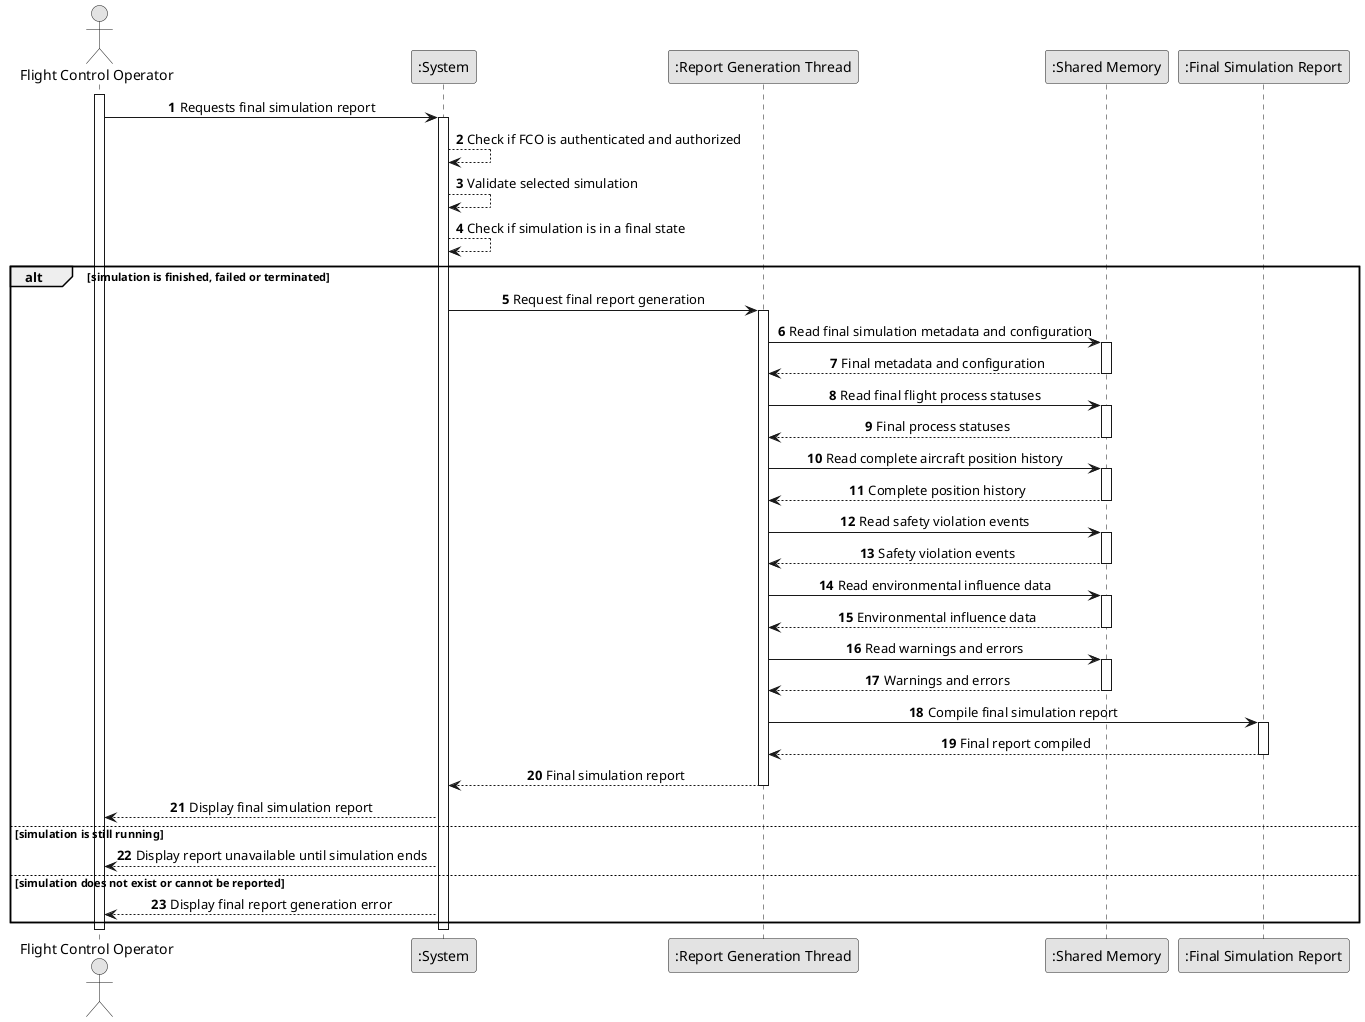
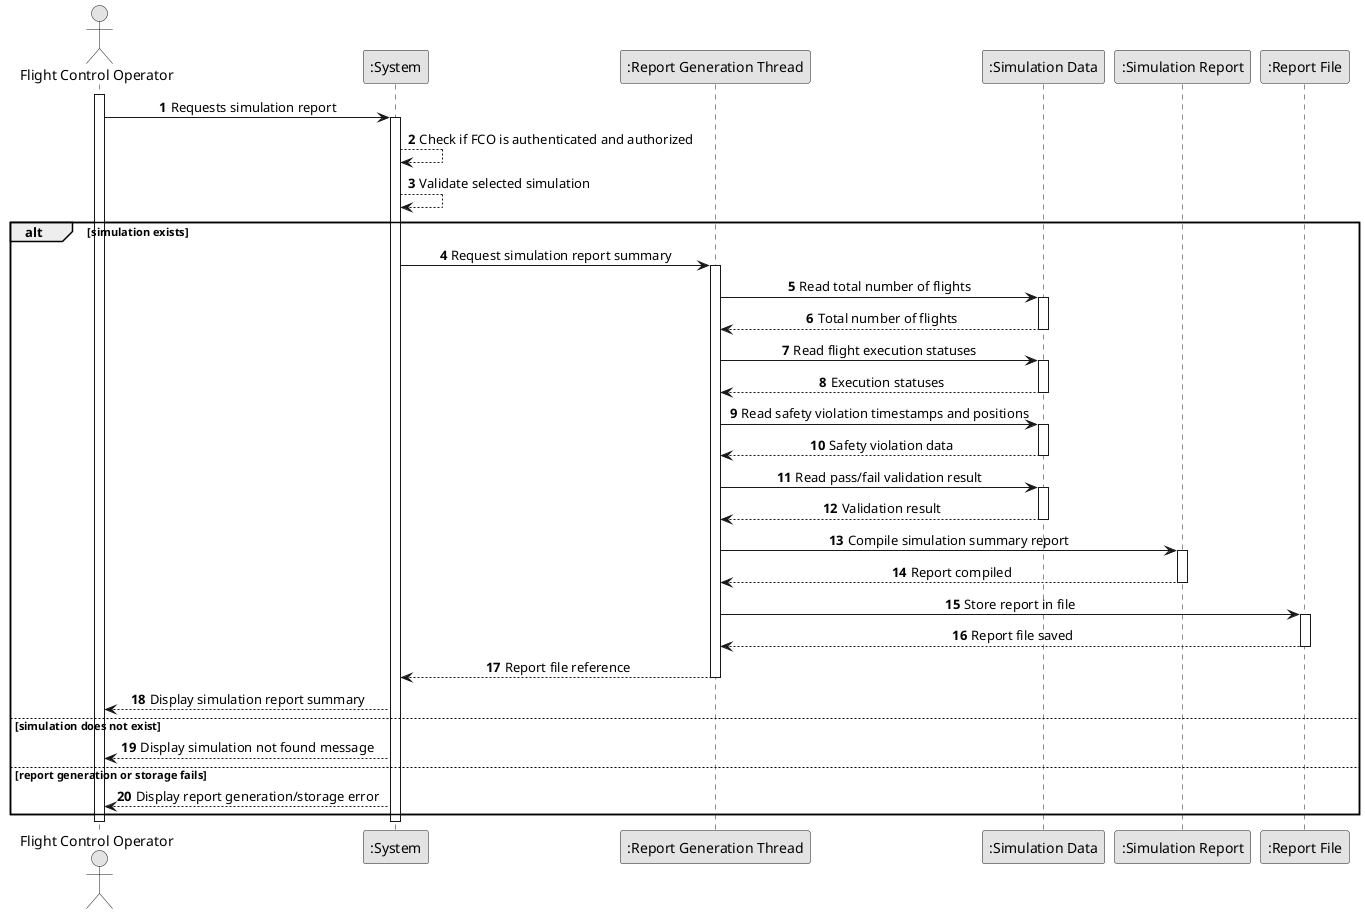
@startuml
skinparam monochrome true
skinparam packageStyle rectangle
skinparam shadowing false
skinparam sequenceMessageAlign center
autonumber

actor "Flight Control Operator" as FCO
participant ":System" as System
participant ":Report Generation Thread" as ReportThread
- participant ":Shared Memory" as SharedMemory
- participant ":Final Simulation Report" as FinalReport
+ participant ":Simulation Data" as SimulationData
+ participant ":Simulation Report" as Report
+ participant ":Report File" as ReportFile

activate FCO

- FCO -> System : Requests final simulation report
+ FCO -> System : Requests simulation report

activate System
System --> System : Check if FCO is authenticated and authorized
System --> System : Validate selected simulation
- System --> System : Check if simulation is in a final state

- alt simulation is finished, failed or terminated
+ alt simulation exists

-     System -> ReportThread : Request final report generation
+     System -> ReportThread : Request simulation report summary

    activate ReportThread

-     ReportThread -> SharedMemory : Read final simulation metadata and configuration
-     activate SharedMemory
-     SharedMemory --> ReportThread : Final metadata and configuration
-     deactivate SharedMemory
+     ReportThread -> SimulationData : Read total number of flights
+     activate SimulationData
+     SimulationData --> ReportThread : Total number of flights
+     deactivate SimulationData

-     ReportThread -> SharedMemory : Read final flight process statuses
-     activate SharedMemory
-     SharedMemory --> ReportThread : Final process statuses
-     deactivate SharedMemory
+     ReportThread -> SimulationData : Read flight execution statuses
+     activate SimulationData
+     SimulationData --> ReportThread : Execution statuses
+     deactivate SimulationData

-     ReportThread -> SharedMemory : Read complete aircraft position history
-     activate SharedMemory
-     SharedMemory --> ReportThread : Complete position history
-     deactivate SharedMemory
+     ReportThread -> SimulationData : Read safety violation timestamps and positions
+     activate SimulationData
+     SimulationData --> ReportThread : Safety violation data
+     deactivate SimulationData

-     ReportThread -> SharedMemory : Read safety violation events
-     activate SharedMemory
-     SharedMemory --> ReportThread : Safety violation events
-     deactivate SharedMemory
+     ReportThread -> SimulationData : Read pass/fail validation result
+     activate SimulationData
+     SimulationData --> ReportThread : Validation result
+     deactivate SimulationData

-     ReportThread -> SharedMemory : Read environmental influence data
-     activate SharedMemory
-     SharedMemory --> ReportThread : Environmental influence data
-     deactivate SharedMemory
+     ReportThread -> Report : Compile simulation summary report
+     activate Report
+     Report --> ReportThread : Report compiled
+     deactivate Report

-     ReportThread -> SharedMemory : Read warnings and errors
-     activate SharedMemory
-     SharedMemory --> ReportThread : Warnings and errors
-     deactivate SharedMemory
+     ReportThread -> ReportFile : Store report in file
+     activate ReportFile
+     ReportFile --> ReportThread : Report file saved
+     deactivate ReportFile

-     ReportThread -> FinalReport : Compile final simulation report
-     activate FinalReport
-     FinalReport --> ReportThread : Final report compiled
-     deactivate FinalReport
- 
-     ReportThread --> System : Final simulation report
+     ReportThread --> System : Report file reference
    deactivate ReportThread

-     System --> FCO : Display final simulation report
+     System --> FCO : Display simulation report summary

- else simulation is still running
+ else simulation does not exist

-     System --> FCO : Display report unavailable until simulation ends
+     System --> FCO : Display simulation not found message

- else simulation does not exist or cannot be reported
+ else report generation or storage fails

-     System --> FCO : Display final report generation error
+     System --> FCO : Display report generation/storage error

end

deactivate System
deactivate FCO

@enduml